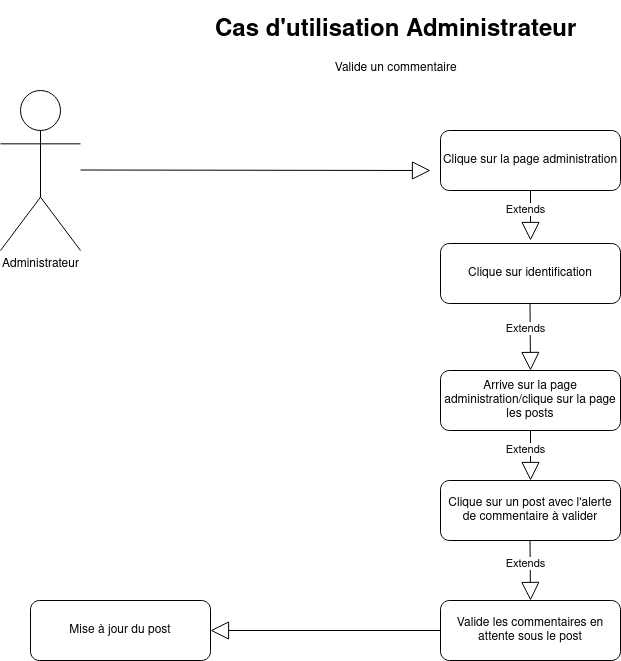
The draw.io diagram casutilisation/admin-valide-commentaires.png in marinejourdan/blog, before a commit. Source tidied: cells renumbered, new cells last; positions are measured from the earlier drawing's top-left corner, leaving out a move shared by most shapes. Its diagram source:
```xml
<mxGraphModel>
  <root>
    <mxCell id="0" />
    <mxCell id="1" parent="0" />
    <mxCell id="2" value="Administrateur" style="shape=umlActor;verticalLabelPosition=bottom;verticalAlign=top;html=1;" parent="1" vertex="1">
      <mxGeometry y="80" width="80" height="160" as="geometry" />
    </mxCell>
    <mxCell id="3" value="&lt;h1&gt;Cas d'utilisation Administrateur&lt;br&gt;&lt;/h1&gt;&lt;p align=&quot;center&quot;&gt;Valide un commentaire&lt;br&gt;&lt;/p&gt;" style="text;html=1;strokeColor=none;fillColor=none;spacing=5;spacingTop=-20;whiteSpace=wrap;overflow=hidden;rounded=0;" parent="1" vertex="1">
      <mxGeometry x="210" width="390" height="80" as="geometry" />
    </mxCell>
    <mxCell id="4" value="Clique sur la page administration" style="rounded=1;whiteSpace=wrap;html=1;" parent="1" vertex="1">
      <mxGeometry x="440" y="120" width="180" height="60" as="geometry" />
    </mxCell>
    <mxCell id="5" value="Clique sur identification" style="rounded=1;whiteSpace=wrap;html=1;" parent="1" vertex="1">
      <mxGeometry x="440" y="233" width="180" height="60" as="geometry" />
    </mxCell>
    <mxCell id="6" value="Arrive sur la page administration/clique sur la page les posts" style="rounded=1;whiteSpace=wrap;html=1;" parent="1" vertex="1">
      <mxGeometry x="440" y="360" width="180" height="60" as="geometry" />
    </mxCell>
    <mxCell id="7" value="Clique sur un post avec l'alerte de commentaire à valider" style="rounded=1;whiteSpace=wrap;html=1;" parent="1" vertex="1">
      <mxGeometry x="440" y="470" width="180" height="60" as="geometry" />
    </mxCell>
    <mxCell id="8" style="endArrow=block;endSize=16;endFill=0;html=1;rounded=0;exitX=1;exitY=0.5;exitDx=0;exitDy=0;" parent="1" edge="1">
      <mxGeometry x="-0.25" y="-5" relative="1" as="geometry">
        <mxPoint x="80" y="159.5" as="sourcePoint" />
        <mxPoint x="430" y="160" as="targetPoint" />
      </mxGeometry>
    </mxCell>
    <mxCell id="9" value="Extends" style="endArrow=block;endSize=16;endFill=0;html=1;rounded=0;exitX=0.5;exitY=1;exitDx=0;exitDy=0;" parent="1" edge="1">
      <mxGeometry x="-0.25" y="-5" relative="1" as="geometry">
        <mxPoint x="530" y="180" as="sourcePoint" />
        <mxPoint x="530" y="230" as="targetPoint" />
      </mxGeometry>
    </mxCell>
    <mxCell id="10" value="Extends" style="endArrow=block;endSize=16;endFill=0;html=1;rounded=0;exitX=0.5;exitY=1;exitDx=0;exitDy=0;entryX=0.5;entryY=0;entryDx=0;entryDy=0;" parent="1" edge="1" target="6">
      <mxGeometry x="-0.25" y="-5" relative="1" as="geometry">
        <mxPoint x="529.5" y="293" as="sourcePoint" />
      </mxGeometry>
    </mxCell>
    <mxCell id="11" value="Extends" style="endArrow=block;endSize=16;endFill=0;html=1;rounded=0;exitX=0.5;exitY=1;exitDx=0;exitDy=0;" parent="1" edge="1" source="6">
      <mxGeometry x="-0.25" y="-5" relative="1" as="geometry">
        <mxPoint x="530" y="470" as="targetPoint" />
      </mxGeometry>
    </mxCell>
    <mxCell id="12" value="Extends" style="endArrow=block;endSize=16;endFill=0;html=1;rounded=0;exitX=0.5;exitY=1;exitDx=0;exitDy=0;entryX=0.5;entryY=0;entryDx=0;entryDy=0;" parent="1" edge="1" target="13">
      <mxGeometry x="-0.25" y="-5" relative="1" as="geometry">
        <mxPoint x="529.5" y="530" as="sourcePoint" />
      </mxGeometry>
    </mxCell>
    <mxCell id="13" value="Valide les commentaires en attente sous le post" style="rounded=1;whiteSpace=wrap;html=1;" parent="1" vertex="1">
      <mxGeometry x="440" y="590" width="180" height="60" as="geometry" />
    </mxCell>
    <mxCell id="14" value="Mise à jour du post" style="rounded=1;whiteSpace=wrap;html=1;" parent="1" vertex="1">
      <mxGeometry x="30" y="590" width="180" height="60" as="geometry" />
    </mxCell>
    <mxCell id="15" style="endArrow=block;endSize=16;endFill=0;html=1;rounded=0;exitX=0;exitY=0.5;exitDx=0;exitDy=0;entryX=1;entryY=0.5;entryDx=0;entryDy=0;" parent="1" edge="1" source="13" target="14">
      <mxGeometry x="-0.25" y="-5" relative="1" as="geometry" />
    </mxCell>
  </root>
</mxGraphModel>
```
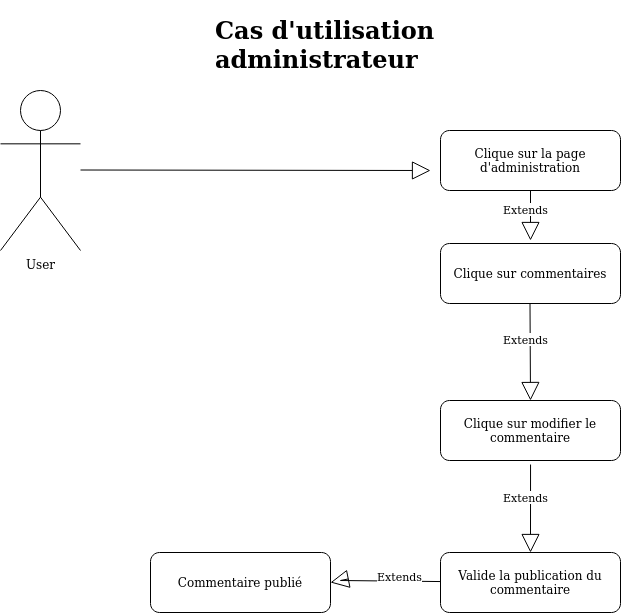
Above is the later version.

What changed in the source:
```diff
@@ -2,59 +2,55 @@
   <root>
     <mxCell id="0" />
     <mxCell id="1" parent="0" />
-    <mxCell id="2" value="Administrateur" style="shape=umlActor;verticalLabelPosition=bottom;verticalAlign=top;html=1;" parent="1" vertex="1">
-      <mxGeometry y="80" width="80" height="160" as="geometry" />
-    </mxCell>
-    <mxCell id="3" value="&lt;h1&gt;Cas d'utilisation Administrateur&lt;br&gt;&lt;/h1&gt;&lt;p align=&quot;center&quot;&gt;Valide un commentaire&lt;br&gt;&lt;/p&gt;" style="text;html=1;strokeColor=none;fillColor=none;spacing=5;spacingTop=-20;whiteSpace=wrap;overflow=hidden;rounded=0;" parent="1" vertex="1">
-      <mxGeometry x="210" width="390" height="80" as="geometry" />
-    </mxCell>
-    <mxCell id="4" value="Clique sur la page administration" style="rounded=1;whiteSpace=wrap;html=1;" parent="1" vertex="1">
-      <mxGeometry x="440" y="120" width="180" height="60" as="geometry" />
-    </mxCell>
-    <mxCell id="5" value="Clique sur identification" style="rounded=1;whiteSpace=wrap;html=1;" parent="1" vertex="1">
-      <mxGeometry x="440" y="233" width="180" height="60" as="geometry" />
-    </mxCell>
-    <mxCell id="6" value="Arrive sur la page administration/clique sur la page les posts" style="rounded=1;whiteSpace=wrap;html=1;" parent="1" vertex="1">
-      <mxGeometry x="440" y="360" width="180" height="60" as="geometry" />
-    </mxCell>
-    <mxCell id="7" value="Clique sur un post avec l'alerte de commentaire à valider" style="rounded=1;whiteSpace=wrap;html=1;" parent="1" vertex="1">
-      <mxGeometry x="440" y="470" width="180" height="60" as="geometry" />
-    </mxCell>
-    <mxCell id="8" style="endArrow=block;endSize=16;endFill=0;html=1;rounded=0;exitX=1;exitY=0.5;exitDx=0;exitDy=0;" parent="1" edge="1">
-      <mxGeometry x="-0.25" y="-5" relative="1" as="geometry">
-        <mxPoint x="80" y="159.5" as="sourcePoint" />
-        <mxPoint x="430" y="160" as="targetPoint" />
-      </mxGeometry>
-    </mxCell>
-    <mxCell id="9" value="Extends" style="endArrow=block;endSize=16;endFill=0;html=1;rounded=0;exitX=0.5;exitY=1;exitDx=0;exitDy=0;" parent="1" edge="1">
-      <mxGeometry x="-0.25" y="-5" relative="1" as="geometry">
-        <mxPoint x="530" y="180" as="sourcePoint" />
-        <mxPoint x="530" y="230" as="targetPoint" />
-      </mxGeometry>
-    </mxCell>
-    <mxCell id="10" value="Extends" style="endArrow=block;endSize=16;endFill=0;html=1;rounded=0;exitX=0.5;exitY=1;exitDx=0;exitDy=0;entryX=0.5;entryY=0;entryDx=0;entryDy=0;" parent="1" edge="1" target="6">
-      <mxGeometry x="-0.25" y="-5" relative="1" as="geometry">
-        <mxPoint x="529.5" y="293" as="sourcePoint" />
-      </mxGeometry>
-    </mxCell>
-    <mxCell id="11" value="Extends" style="endArrow=block;endSize=16;endFill=0;html=1;rounded=0;exitX=0.5;exitY=1;exitDx=0;exitDy=0;" parent="1" edge="1" source="6">
-      <mxGeometry x="-0.25" y="-5" relative="1" as="geometry">
-        <mxPoint x="530" y="470" as="targetPoint" />
-      </mxGeometry>
-    </mxCell>
-    <mxCell id="12" value="Extends" style="endArrow=block;endSize=16;endFill=0;html=1;rounded=0;exitX=0.5;exitY=1;exitDx=0;exitDy=0;entryX=0.5;entryY=0;entryDx=0;entryDy=0;" parent="1" edge="1" target="13">
-      <mxGeometry x="-0.25" y="-5" relative="1" as="geometry">
-        <mxPoint x="529.5" y="530" as="sourcePoint" />
-      </mxGeometry>
-    </mxCell>
-    <mxCell id="13" value="Valide les commentaires en attente sous le post" style="rounded=1;whiteSpace=wrap;html=1;" parent="1" vertex="1">
-      <mxGeometry x="440" y="590" width="180" height="60" as="geometry" />
-    </mxCell>
-    <mxCell id="14" value="Mise à jour du post" style="rounded=1;whiteSpace=wrap;html=1;" parent="1" vertex="1">
-      <mxGeometry x="30" y="590" width="180" height="60" as="geometry" />
-    </mxCell>
-    <mxCell id="15" style="endArrow=block;endSize=16;endFill=0;html=1;rounded=0;exitX=0;exitY=0.5;exitDx=0;exitDy=0;entryX=1;entryY=0.5;entryDx=0;entryDy=0;" parent="1" edge="1" source="13" target="14">
-      <mxGeometry x="-0.25" y="-5" relative="1" as="geometry" />
-    </mxCell>
+    <mxCell id="16" value="User" style="shape=umlActor;verticalLabelPosition=bottom;verticalAlign=top;html=1;" parent="1" vertex="1">
+      <mxGeometry y="80" width="80" height="160" as="geometry" />
+    </mxCell>
+    <mxCell id="17" value="&lt;h1&gt;Cas d'utilisation administrateur&lt;br&gt;&lt;/h1&gt;&lt;p align=&quot;center&quot;&gt;Suite inscription sur le site&lt;br&gt;&lt;/p&gt;" style="text;html=1;strokeColor=none;fillColor=none;spacing=5;spacingTop=-20;whiteSpace=wrap;overflow=hidden;rounded=0;" parent="1" vertex="1">
+      <mxGeometry x="210" width="360" height="80" as="geometry" />
+    </mxCell>
+    <mxCell id="18" value="Clique sur la page d'administration" style="rounded=1;whiteSpace=wrap;html=1;" parent="1" vertex="1">
+      <mxGeometry x="440" y="120" width="180" height="60" as="geometry" />
+    </mxCell>
+    <mxCell id="19" value="Clique sur commentaires" style="rounded=1;whiteSpace=wrap;html=1;" parent="1" vertex="1">
+      <mxGeometry x="440" y="233" width="180" height="60" as="geometry" />
+    </mxCell>
+    <mxCell id="20" value="Clique sur modifier le commentaire" style="rounded=1;whiteSpace=wrap;html=1;" parent="1" vertex="1">
+      <mxGeometry x="440" y="390" width="180" height="60" as="geometry" />
+    </mxCell>
+    <mxCell id="21" value="Valide la publication du commentaire" style="rounded=1;whiteSpace=wrap;html=1;" parent="1" vertex="1">
+      <mxGeometry x="440" y="542" width="180" height="60" as="geometry" />
+    </mxCell>
+    <mxCell id="22" style="endArrow=block;endSize=16;endFill=0;html=1;rounded=0;exitX=1;exitY=0.5;exitDx=0;exitDy=0;" parent="1" edge="1">
+      <mxGeometry x="-0.25" y="-5" relative="1" as="geometry">
+        <mxPoint x="80" y="159.5" as="sourcePoint" />
+        <mxPoint x="430" y="160" as="targetPoint" />
+      </mxGeometry>
+    </mxCell>
+    <mxCell id="23" value="Extends" style="endArrow=block;endSize=16;endFill=0;html=1;rounded=0;exitX=0.5;exitY=1;exitDx=0;exitDy=0;" parent="1" edge="1">
+      <mxGeometry x="-0.25" y="-5" relative="1" as="geometry">
+        <mxPoint x="530" y="180" as="sourcePoint" />
+        <mxPoint x="530" y="230" as="targetPoint" />
+      </mxGeometry>
+    </mxCell>
+    <mxCell id="24" value="Extends" style="endArrow=block;endSize=16;endFill=0;html=1;rounded=0;exitX=0.5;exitY=1;exitDx=0;exitDy=0;entryX=0.5;entryY=0;entryDx=0;entryDy=0;" parent="1" edge="1" target="20">
+      <mxGeometry x="-0.25" y="-5" relative="1" as="geometry">
+        <mxPoint x="529.5" y="293" as="sourcePoint" />
+      </mxGeometry>
+    </mxCell>
+    <mxCell id="25" value="Extends" style="endArrow=block;endSize=16;endFill=0;html=1;rounded=0;exitX=0.467;exitY=1.067;exitDx=0;exitDy=0;entryX=0.5;entryY=0;entryDx=0;entryDy=0;exitPerimeter=0;" parent="1" edge="1" target="21">
+      <mxGeometry x="-0.25" y="-5" relative="1" as="geometry">
+        <mxPoint x="530.1" y="454" as="sourcePoint" />
+      </mxGeometry>
+    </mxCell>
+    <mxCell id="26" value="Commentaire publié" style="rounded=1;whiteSpace=wrap;html=1;" parent="1" vertex="1">
+      <mxGeometry x="150" y="542" width="180" height="60" as="geometry" />
+    </mxCell>
+    <mxCell id="27" value="Extends" style="endArrow=block;endSize=16;endFill=0;html=1;rounded=0;entryX=1;entryY=0.5;entryDx=0;entryDy=0;" parent="1" edge="1" source="21" target="26">
+      <mxGeometry x="-0.25" y="-5" relative="1" as="geometry">
+        <Array as="points">
+          <mxPoint x="340" y="570" />
+        </Array>
+      </mxGeometry>
+    </mxCell>
   </root>
 </mxGraphModel>
```
